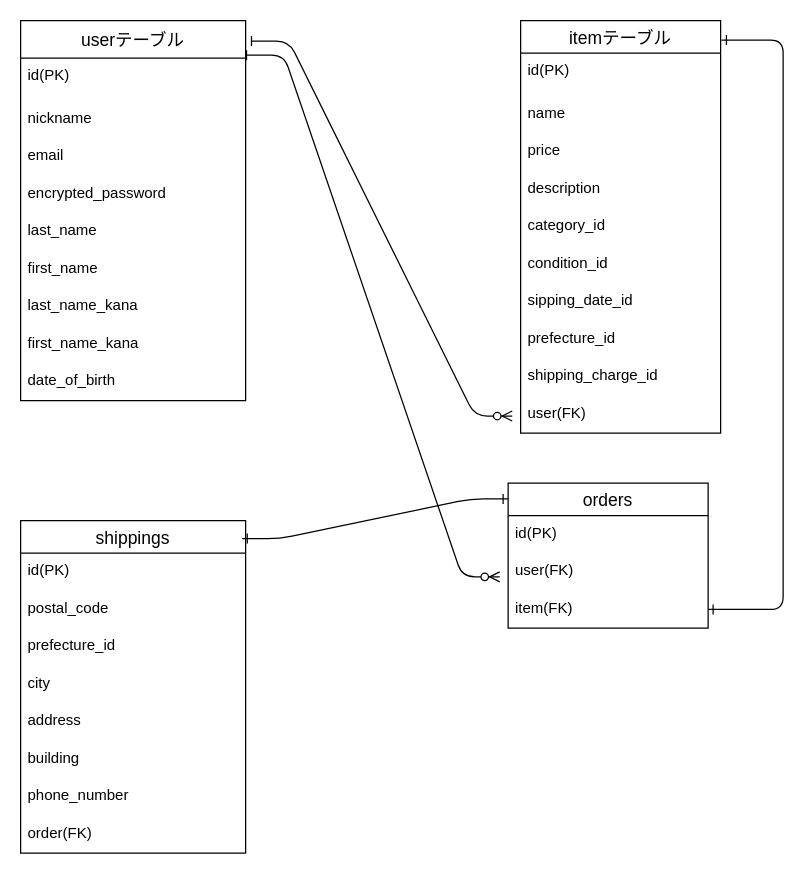
The draw.io diagram ER.dio in zaftn/furima-40119, before the edit. Source tidied: cells renumbered, new cells numbered last; positions are measured from the earlier drawing's top-left corner, leaving out a move shared by most shapes. Both pictures are drawn from the tidied source at 125%, with x=0, y=0 at pixel (20, 20).
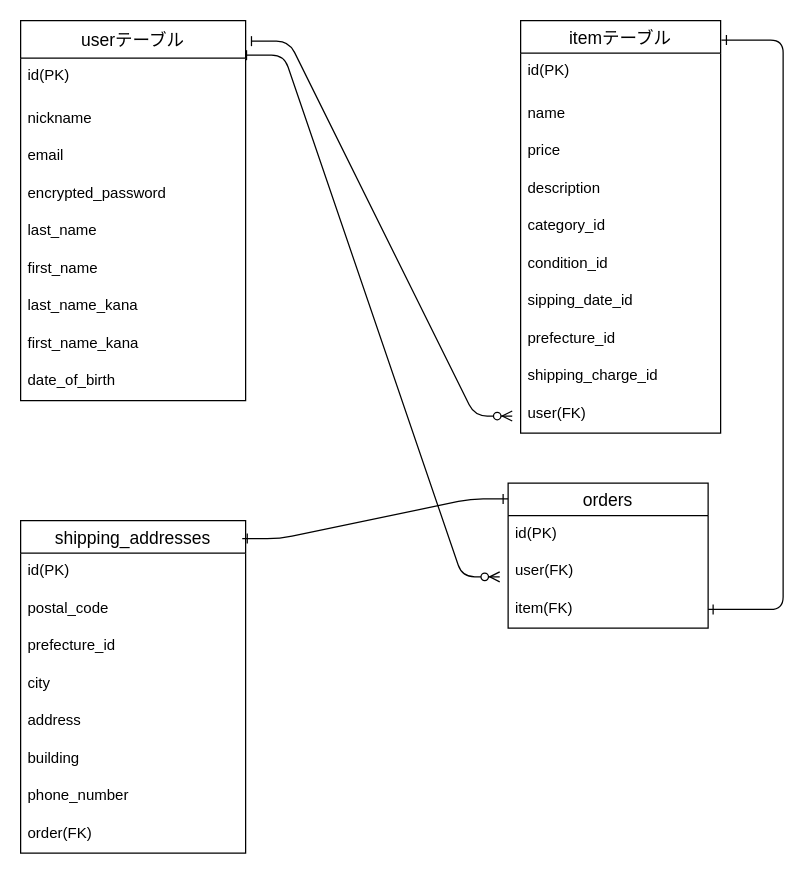
Above is the later version.

Diff of the diagram source:
```diff
@@
-    <mxCell id="28" value="shippings" style="swimlane;fontStyle=0;horizontal=1;startSize=26;align=center;fontSize=14;" parent="1" vertex="1">
+    <mxCell id="28" value="shipping_addresses" style="swimlane;fontStyle=0;horizontal=1;startSize=26;align=center;fontSize=14;" parent="1" vertex="1">
       <mxGeometry y="400" width="180" height="266" as="geometry" />
     </mxCell>
```
